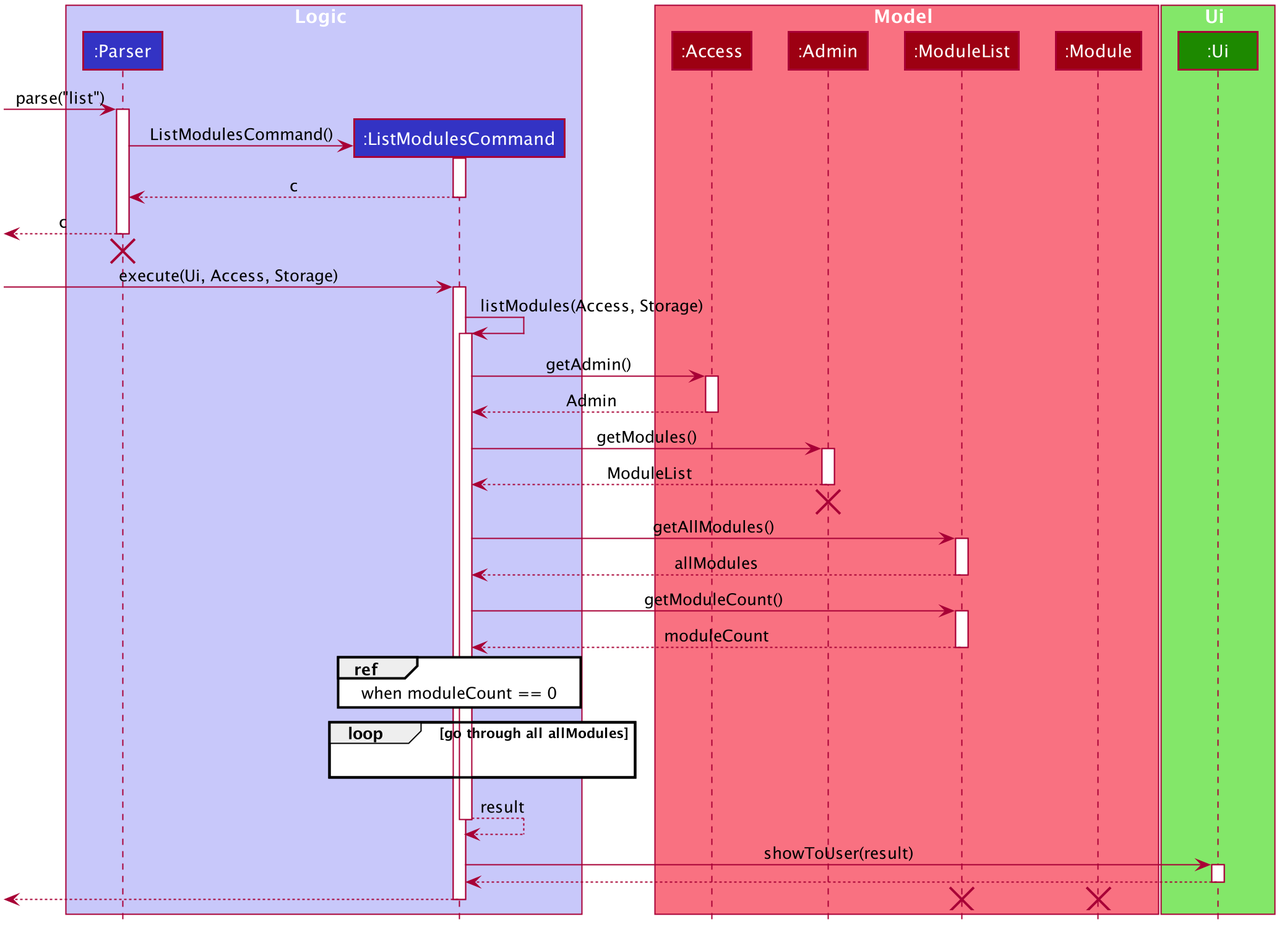
This is docs/UML/listmod_seq_diagram.png from nus-cs2113-AY2021S1/tp, a PlantUML export, as it was before one commit.
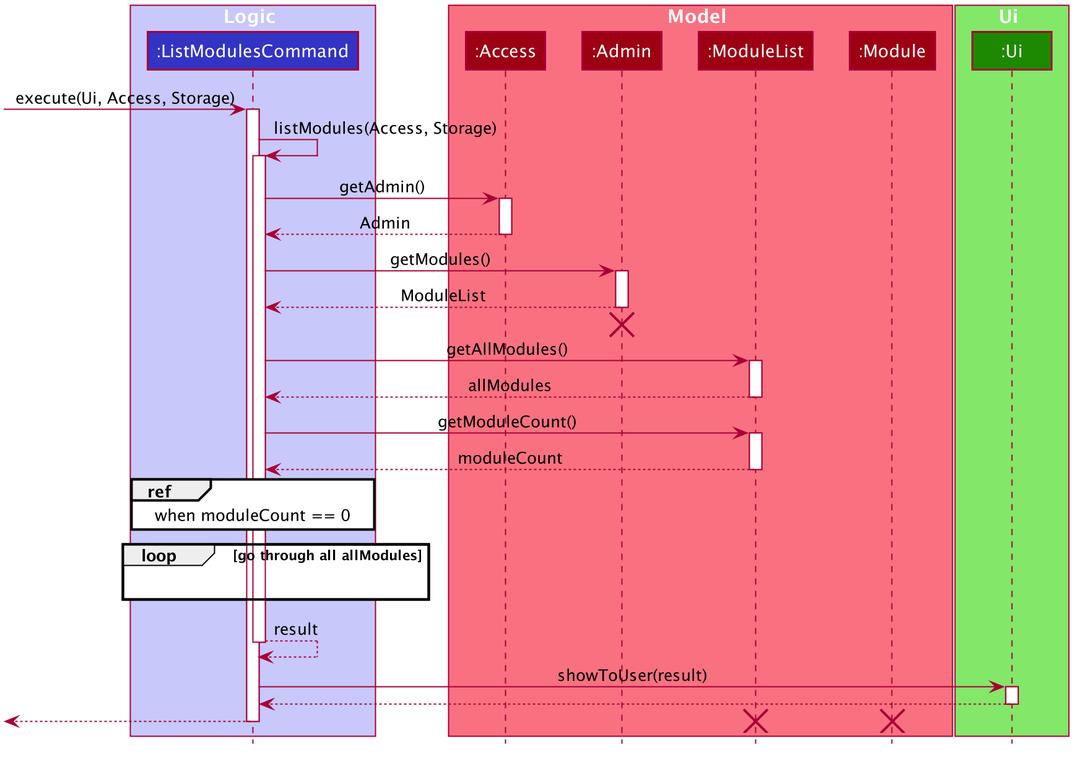
The same file after the commit.

Diff of the diagram source:
```diff
@@ -43,13 +43,14 @@
 skinparam Shadowing false
 skinparam DefaultTextAlignment center
 skinparam packageStyle Rectangle
+skinparam classAttributeIconSize 0
+skinparam classAttributeFontColor white
 
 hide footbox
 hide members
 hide circle
 
 box Logic #C8C8FA
-participant ":Parser" as Parser #3333C4
 participant ":ListModulesCommand" as ListModulesCommand #3333C4
 end box
 
@@ -63,21 +64,6 @@
 box Ui #83E769
 participant ":Ui" as Ui #1D8900
 end box
-
-[-> Parser : parse("list")
-activate Parser
-
-create ListModulesCommand
-Parser -> ListModulesCommand : ListModulesCommand()
-activate ListModulesCommand
-
-ListModulesCommand --> Parser : c
-deactivate ListModulesCommand
-
-[<-- Parser : c
-deactivate Parser
-[<-[hidden]- Parser
-destroy Parser
 
 [-> ListModulesCommand : execute(Ui, Access, Storage)
 activate ListModulesCommand
```
